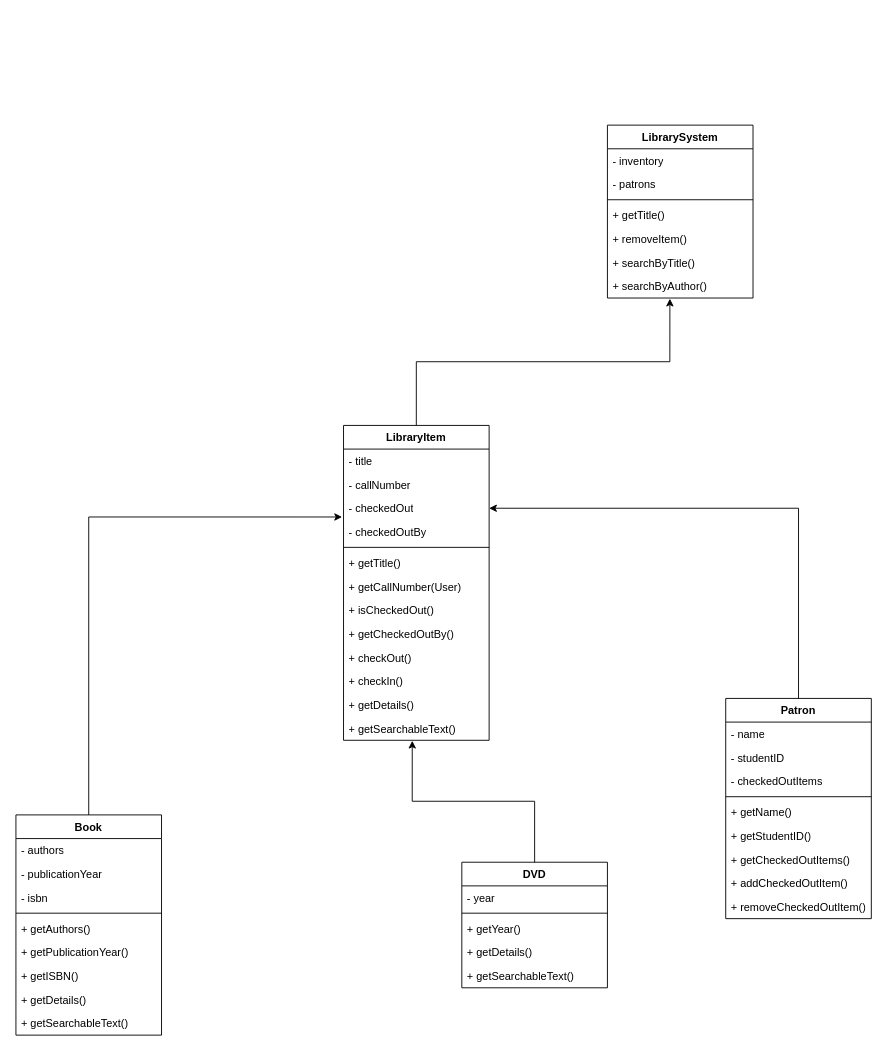
Before: Lab-5/Brook library UML.drawio in orchlonn/CS-380, a draw.io diagram. Source tidied: cells renumbered, new cells numbered last; positions are measured from the earlier drawing's top-left corner, leaving out a move shared by most shapes. Both pictures are drawn from the tidied source at 91%, with x=0, y=0 at pixel (15, 125).
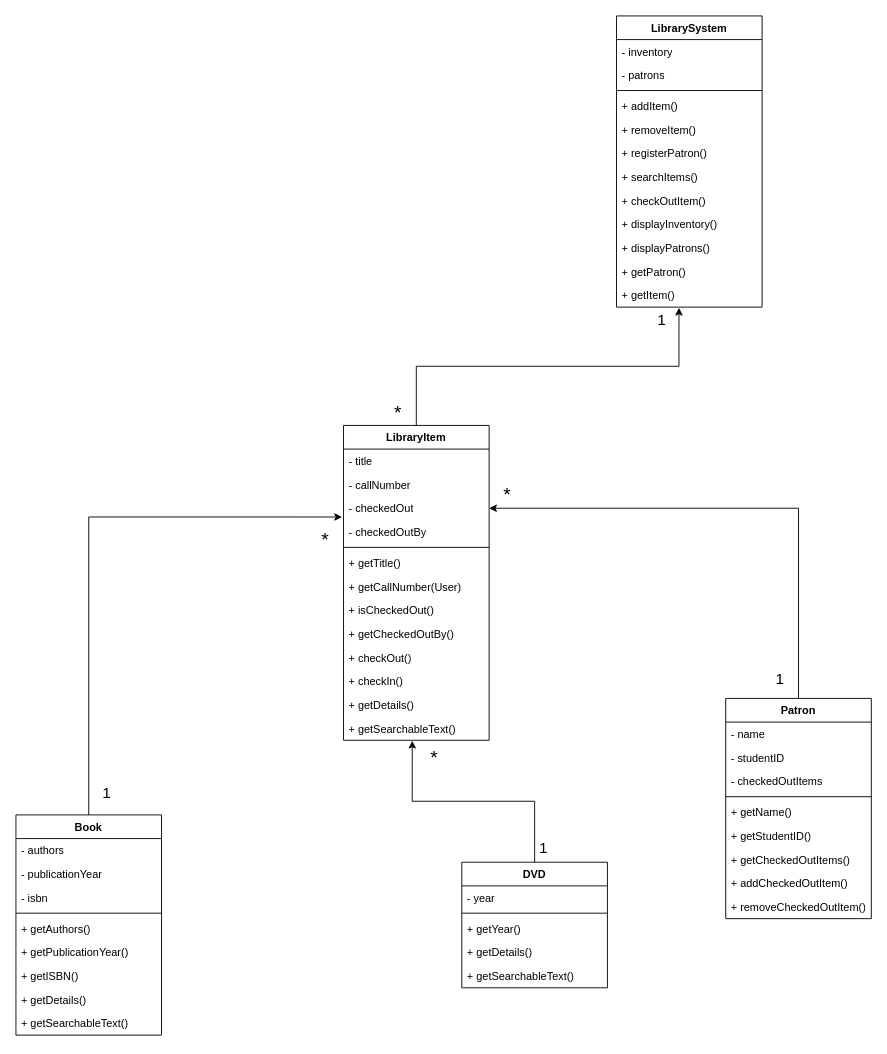
Above is the later version.

Diff of the diagram source:
```diff
@@
     <mxCell id="32" value="LibrarySystem" style="swimlane;fontStyle=1;align=center;verticalAlign=top;horizontal=1;startSize=26;whiteSpace=wrap;html=1;" parent="1" vertex="1">
-      <mxGeometry x="650" width="160" height="190" as="geometry" />
+      <mxGeometry x="660" y="-120" width="160" height="320" as="geometry" />
     </mxCell>
@@
-    <mxCell id="36" value="+ getTitle()" style="text;strokeColor=none;fillColor=none;align=left;verticalAlign=top;spacingLeft=4;spacingRight=4;overflow=hidden;whiteSpace=wrap;html=1;" parent="32" vertex="1">
+    <mxCell id="36" value="+ addItem()" style="text;strokeColor=none;fillColor=none;align=left;verticalAlign=top;spacingLeft=4;spacingRight=4;overflow=hidden;whiteSpace=wrap;html=1;" parent="32" vertex="1">
       <mxGeometry y="86" width="160" height="26" as="geometry" />
     </mxCell>
@@
-    <mxCell id="38" value="+ searchByTitle()" style="text;strokeColor=none;fillColor=none;align=left;verticalAlign=top;spacingLeft=4;spacingRight=4;overflow=hidden;whiteSpace=wrap;html=1;" parent="32" vertex="1">
+    <mxCell id="38" value="+ registerPatron()" style="text;strokeColor=none;fillColor=none;align=left;verticalAlign=top;spacingLeft=4;spacingRight=4;overflow=hidden;whiteSpace=wrap;html=1;" parent="32" vertex="1">
       <mxGeometry y="138" width="160" height="26" as="geometry" />
     </mxCell>
+    <mxCell id="54" value="+ searchItems()" style="text;strokeColor=none;fillColor=none;align=left;verticalAlign=top;spacingLeft=4;spacingRight=4;overflow=hidden;whiteSpace=wrap;html=1;" parent="32" vertex="1">
+      <mxGeometry y="164" width="160" height="26" as="geometry" />
+    </mxCell>
+    <mxCell id="55" value="+ checkOutItem()" style="text;strokeColor=none;fillColor=none;align=left;verticalAlign=top;spacingLeft=4;spacingRight=4;overflow=hidden;whiteSpace=wrap;html=1;" parent="32" vertex="1">
+      <mxGeometry y="190" width="160" height="26" as="geometry" />
+    </mxCell>
+    <mxCell id="56" value="+ displayInventory()" style="text;strokeColor=none;fillColor=none;align=left;verticalAlign=top;spacingLeft=4;spacingRight=4;overflow=hidden;whiteSpace=wrap;html=1;" parent="32" vertex="1">
+      <mxGeometry y="216" width="160" height="26" as="geometry" />
+    </mxCell>
+    <mxCell id="57" value="+ displayPatrons()" style="text;strokeColor=none;fillColor=none;align=left;verticalAlign=top;spacingLeft=4;spacingRight=4;overflow=hidden;whiteSpace=wrap;html=1;" parent="32" vertex="1">
+      <mxGeometry y="242" width="160" height="26" as="geometry" />
+    </mxCell>
+    <mxCell id="58" value="+ getPatron()" style="text;strokeColor=none;fillColor=none;align=left;verticalAlign=top;spacingLeft=4;spacingRight=4;overflow=hidden;whiteSpace=wrap;html=1;" parent="32" vertex="1">
+      <mxGeometry y="268" width="160" height="26" as="geometry" />
+    </mxCell>
-    <mxCell id="39" value="+ searchByAuthor()" style="text;strokeColor=none;fillColor=none;align=left;verticalAlign=top;spacingLeft=4;spacingRight=4;overflow=hidden;points=[[0,0.5],[1,0.5]];portConstraint=eastwest;whiteSpace=wrap;html=1;" parent="32" vertex="1">
-      <mxGeometry y="164" width="160" height="26" as="geometry" />
+    <mxCell id="39" value="+ getItem()" style="text;strokeColor=none;fillColor=none;align=left;verticalAlign=top;spacingLeft=4;spacingRight=4;overflow=hidden;points=[[0,0.5],[1,0.5]];portConstraint=eastwest;whiteSpace=wrap;html=1;" parent="32" vertex="1">
+      <mxGeometry y="294" width="160" height="26" as="geometry" />
     </mxCell>
@@
+    <mxCell id="59" value="&lt;font style=&quot;font-size: 21px;&quot;&gt;*&lt;/font&gt;" style="text;html=1;whiteSpace=wrap;strokeColor=none;fillColor=none;align=center;verticalAlign=middle;rounded=0;" parent="1" vertex="1">
+      <mxGeometry x="390" y="300" width="60" height="30" as="geometry" />
+    </mxCell>
+    <mxCell id="60" value="&lt;font style=&quot;font-size: 21px;&quot;&gt;*&lt;/font&gt;" style="text;html=1;whiteSpace=wrap;strokeColor=none;fillColor=none;align=center;verticalAlign=middle;rounded=0;" parent="1" vertex="1">
+      <mxGeometry x="510" y="390" width="60" height="30" as="geometry" />
+    </mxCell>
+    <mxCell id="61" value="&lt;font style=&quot;font-size: 21px;&quot;&gt;*&lt;/font&gt;" style="text;html=1;whiteSpace=wrap;strokeColor=none;fillColor=none;align=center;verticalAlign=middle;rounded=0;" parent="1" vertex="1">
+      <mxGeometry x="430" y="680" width="60" height="30" as="geometry" />
+    </mxCell>
+    <mxCell id="62" value="&lt;font style=&quot;font-size: 21px;&quot;&gt;*&lt;/font&gt;" style="text;html=1;whiteSpace=wrap;strokeColor=none;fillColor=none;align=center;verticalAlign=middle;rounded=0;" parent="1" vertex="1">
+      <mxGeometry x="310" y="440" width="60" height="30" as="geometry" />
+    </mxCell>
+    <mxCell id="63" value="&lt;font style=&quot;font-size: 17px;&quot;&gt;1&lt;/font&gt;" style="text;html=1;whiteSpace=wrap;strokeColor=none;fillColor=none;align=center;verticalAlign=middle;rounded=0;" parent="1" vertex="1">
+      <mxGeometry x="680" y="200" width="60" height="30" as="geometry" />
+    </mxCell>
+    <mxCell id="64" value="&lt;font style=&quot;font-size: 17px;&quot;&gt;1&lt;/font&gt;" style="text;html=1;whiteSpace=wrap;strokeColor=none;fillColor=none;align=center;verticalAlign=middle;rounded=0;" parent="1" vertex="1">
+      <mxGeometry x="810" y="595" width="60" height="30" as="geometry" />
+    </mxCell>
+    <mxCell id="65" value="&lt;font style=&quot;font-size: 17px;&quot;&gt;1&lt;/font&gt;" style="text;html=1;whiteSpace=wrap;strokeColor=none;fillColor=none;align=center;verticalAlign=middle;rounded=0;" parent="1" vertex="1">
+      <mxGeometry x="550" y="780" width="60" height="30" as="geometry" />
+    </mxCell>
+    <mxCell id="66" value="&lt;font style=&quot;font-size: 17px;&quot;&gt;1&lt;/font&gt;" style="text;html=1;whiteSpace=wrap;strokeColor=none;fillColor=none;align=center;verticalAlign=middle;rounded=0;" parent="1" vertex="1">
+      <mxGeometry x="70" y="720" width="60" height="30" as="geometry" />
+    </mxCell>
```
